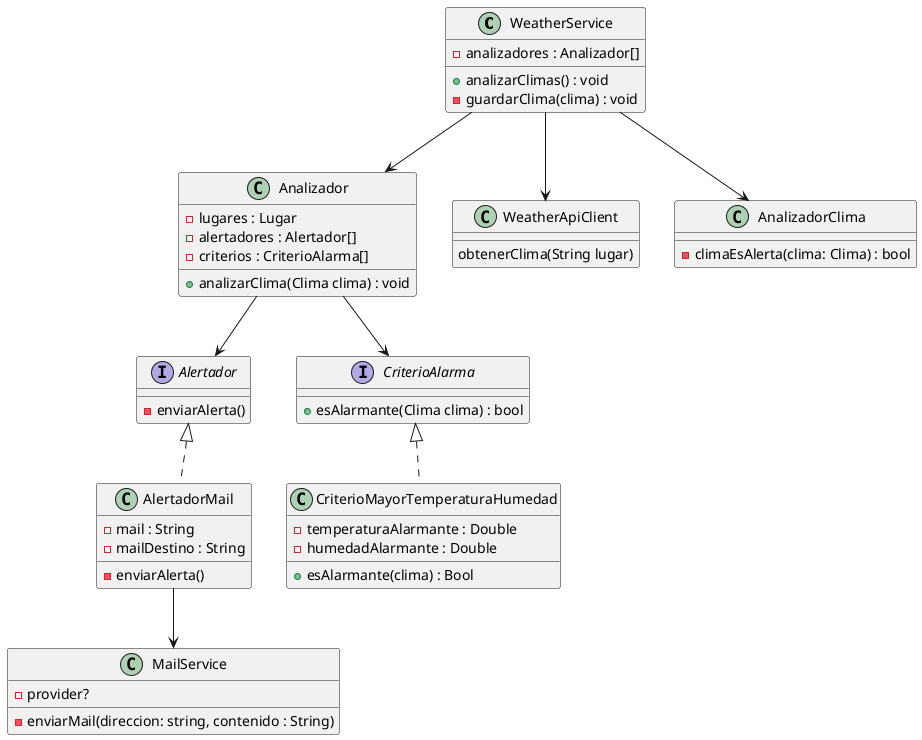
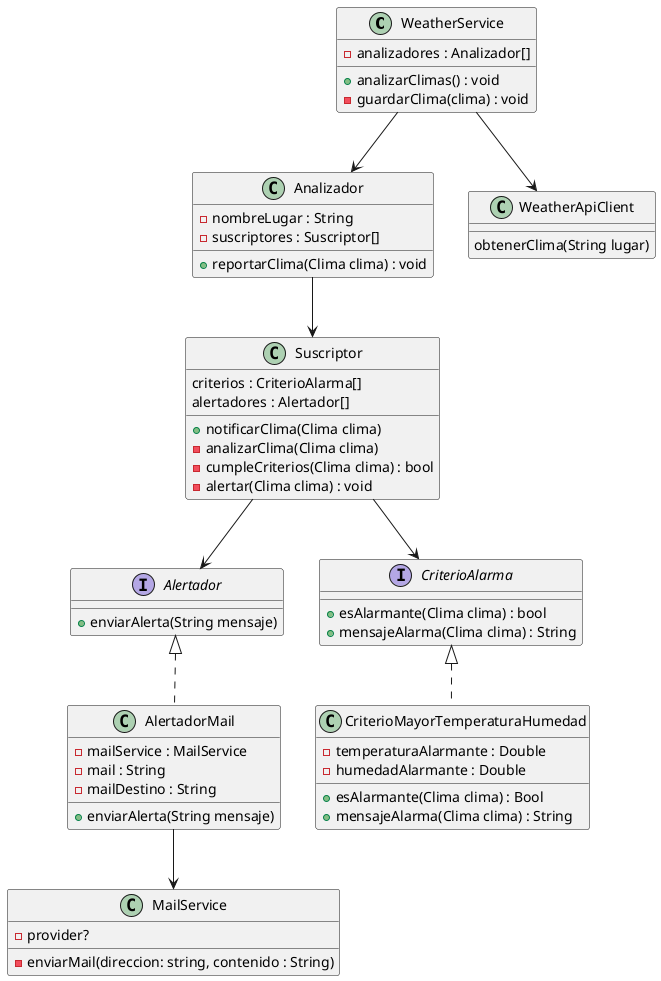
@startuml


class WeatherService{
    - analizadores : Analizador[]

    ' analiza para cada lugar, su clima.
    + analizarClimas() : void
    - guardarClima(clima) : void
}

' tiene los lugares y a quien alarmar
class Analizador{

-     - lugares : Lugar
-     - alertadores : Alertador[]
-     - criterios : CriterioAlarma[]
-     ' analiza si es alarmante el clima, dispara las alarmas
-     + analizarClima(Clima clima) : void
+     - nombreLugar : String
+     - suscriptores : Suscriptor[]
+     ' le pasa a todos los suscriptores el clima, y cada suscriptor evalua con SUS criterios y hace SUS alarmas
+     + reportarClima(Clima clima) : void
}
+ 
+ Analizador --> Suscriptor
+ Class Suscriptor{
+     criterios : CriterioAlarma[]
+     alertadores : Alertador[]
+ 
+     + notificarClima(Clima clima)
+     - analizarClima(Clima clima)
+     - cumpleCriterios(Clima clima) : bool
+     - alertar(Clima clima) : void
+ }
+ 

WeatherService --> Analizador

- Analizador --> Alertador
- Analizador --> CriterioAlarma
+ Suscriptor --> Alertador
+ Suscriptor --> CriterioAlarma

Interface CriterioAlarma{
+ 
    + esAlarmante(Clima clima) : bool
+     + mensajeAlarma(Clima clima) : String
}

Class CriterioMayorTemperaturaHumedad implements CriterioAlarma{
    - temperaturaAlarmante : Double
    - humedadAlarmante : Double
-     + esAlarmante(clima) : Bool
+     + esAlarmante(Clima clima) : Bool
+     + mensajeAlarma(Clima clima) : String
}

WeatherService --> WeatherApiClient

class WeatherApiClient{
    obtenerClima(String lugar)

}

- class AnalizadorClima{
-     - climaEsAlerta(clima: Clima) : bool
- }
- 
- WeatherService --> AnalizadorClima
- 
interface Alertador{
- - enviarAlerta()
+ + enviarAlerta(String mensaje)
}

class AlertadorMail implements Alertador {
+ - mailService : MailService
- mail : String
- mailDestino : String
- - enviarAlerta()
+ + enviarAlerta(String mensaje)
}
AlertadorMail --> MailService
' manda los mails
class MailService{
- provider?
- enviarMail(direccion: string, contenido : String)
}


@enduml